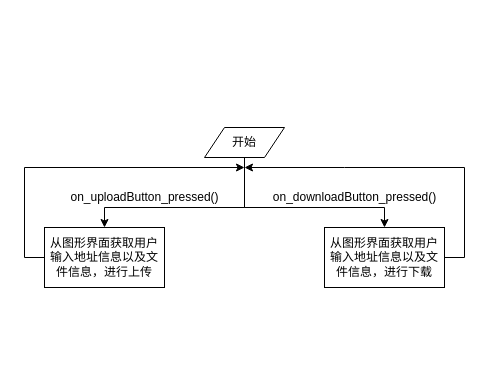
The draw.io diagram 计网实验/计网实验.drawio in AgentGuo/flow_chart, before the edit. Source tidied: cells renumbered, new cells numbered last; positions are measured from the earlier drawing's top-left corner, leaving out a move shared by most shapes. Both pictures are drawn from the tidied source at 100%, with x=0, y=0 at pixel (24, 127).
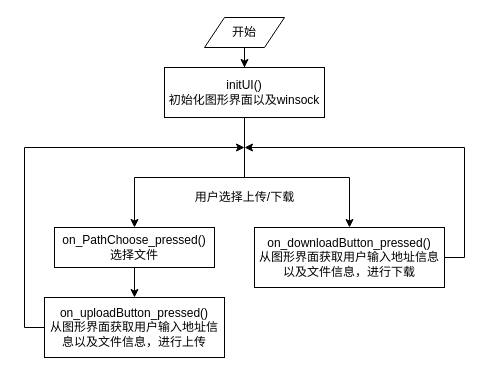
After the change.

Commit message (it also covers changes not shown here):
更新计网实验.drawio

What changed in the source:
```diff
@@
-    <mxCell id="2" style="edgeStyle=orthogonalEdgeStyle;rounded=0;jettySize=auto;html=1;" parent="1" edge="1" source="4" target="6">
-      <mxGeometry relative="1" as="geometry">
-        <Array as="points">
-          <mxPoint x="220" y="80" />
-          <mxPoint x="80" y="80" />
-        </Array>
-      </mxGeometry>
-    </mxCell>
-    <mxCell id="3" style="edgeStyle=orthogonalEdgeStyle;rounded=0;jettySize=auto;html=1;" parent="1" edge="1" source="4" target="10">
-      <mxGeometry relative="1" as="geometry">
-        <Array as="points">
-          <mxPoint x="220" y="80" />
-          <mxPoint x="360" y="80" />
-        </Array>
-      </mxGeometry>
-    </mxCell>
+    <mxCell id="11" style="edgeStyle=orthogonalEdgeStyle;rounded=0;jettySize=auto;html=1;" parent="1" edge="1" source="4" target="14">
+      <mxGeometry relative="1" as="geometry" />
+    </mxCell>
     <mxCell id="4" value="开始" style="shape=parallelogram;perimeter=parallelogramPerimeter;whiteSpace=wrap;html=1;fixedSize=1;" parent="1" vertex="1">
-      <mxGeometry x="180" width="80" height="30" as="geometry" />
+      <mxGeometry x="180" y="-110" width="80" height="30" as="geometry" />
     </mxCell>
     <mxCell id="5" style="edgeStyle=orthogonalEdgeStyle;rounded=0;jettySize=auto;html=1;" parent="1" edge="1" source="6">
       <mxGeometry relative="1" as="geometry">
-        <mxPoint x="220" y="40" as="targetPoint" />
+        <mxPoint x="220" y="20" as="targetPoint" />
         <Array as="points">
-          <mxPoint y="130" />
-          <mxPoint y="40" />
+          <mxPoint y="200" />
+          <mxPoint y="20" />
         </Array>
       </mxGeometry>
     </mxCell>
-    <mxCell id="6" value="从图形界面获取用户输入地址信息以及文件信息，进行上传" style="rounded=0;whiteSpace=wrap;html=1;" parent="1" vertex="1">
-      <mxGeometry x="20" y="100" width="120" height="60" as="geometry" />
+    <mxCell id="6" value="on_uploadButton_pressed()&lt;br&gt;从图形界面获取用户输入地址信息以及文件信息，进行上传" style="rounded=0;whiteSpace=wrap;html=1;" parent="1" vertex="1">
+      <mxGeometry x="20" y="170" width="180" height="60" as="geometry" />
     </mxCell>
-    <mxCell id="7" value="on_uploadButton_pressed()" style="text;align=center;verticalAlign=middle;html=1;" parent="1" vertex="1">
-      <mxGeometry x="40" y="60" width="160" height="20" as="geometry" />
-    </mxCell>
-    <mxCell id="8" value="on_downloadButton_pressed()" style="text;align=center;verticalAlign=middle;html=1;" parent="1" vertex="1">
-      <mxGeometry x="240" y="60" width="180" height="20" as="geometry" />
-    </mxCell>
     <mxCell id="9" style="edgeStyle=orthogonalEdgeStyle;rounded=0;jettySize=auto;html=1;" parent="1" edge="1" source="10">
       <mxGeometry relative="1" as="geometry">
-        <mxPoint x="220" y="40" as="targetPoint" />
+        <mxPoint x="220" y="20" as="targetPoint" />
         <Array as="points">
           <mxPoint x="440" y="130" />
-          <mxPoint x="440" y="40" />
-          <mxPoint x="320" y="40" />
+          <mxPoint x="440" y="20" />
+          <mxPoint x="220" y="20" />
         </Array>
       </mxGeometry>
     </mxCell>
-    <mxCell id="10" value="从图形界面获取用户输入地址信息以及文件信息，进行下载" style="rounded=0;whiteSpace=wrap;html=1;" parent="1" vertex="1">
-      <mxGeometry x="300" y="100" width="120" height="60" as="geometry" />
+    <mxCell id="10" value="&lt;span&gt;on_downloadButton_pressed()&lt;/span&gt;&lt;br&gt;从图形界面获取用户输入地址信息以及文件信息，进行下载" style="rounded=0;whiteSpace=wrap;html=1;" parent="1" vertex="1">
+      <mxGeometry x="230" y="100" width="190" height="60" as="geometry" />
     </mxCell>
+    <mxCell id="12" style="edgeStyle=orthogonalEdgeStyle;rounded=0;jettySize=auto;html=1;" parent="1" edge="1" source="14" target="10">
+      <mxGeometry relative="1" as="geometry">
+        <Array as="points">
+          <mxPoint x="220" y="50" />
+          <mxPoint x="325" y="50" />
+        </Array>
+      </mxGeometry>
+    </mxCell>
+    <mxCell id="13" style="edgeStyle=orthogonalEdgeStyle;rounded=0;jettySize=auto;html=1;" parent="1" edge="1" source="14" target="17">
+      <mxGeometry relative="1" as="geometry">
+        <Array as="points">
+          <mxPoint x="220" y="50" />
+          <mxPoint x="110" y="50" />
+        </Array>
+      </mxGeometry>
+    </mxCell>
+    <mxCell id="14" value="initUI()&lt;br&gt;初始化图形界面以及winsock" style="whiteSpace=wrap;fillColor=none;gradientColor=none;html=1;" parent="1" vertex="1">
+      <mxGeometry x="140" y="-60" width="160" height="50" as="geometry" />
+    </mxCell>
+    <mxCell id="15" value="用户选择上传/下载" style="text;html=1;align=center;verticalAlign=middle;" parent="1" vertex="1">
+      <mxGeometry x="165" y="60" width="110" height="20" as="geometry" />
+    </mxCell>
+    <mxCell id="16" style="edgeStyle=orthogonalEdgeStyle;rounded=0;jettySize=auto;html=1;" parent="1" edge="1" source="17" target="6">
+      <mxGeometry relative="1" as="geometry" />
+    </mxCell>
+    <mxCell id="17" value="on_PathChoose_pressed()&lt;br&gt;选择文件" style="whiteSpace=wrap;fillColor=none;gradientColor=none;html=1;" parent="1" vertex="1">
+      <mxGeometry x="30" y="100" width="160" height="40" as="geometry" />
+    </mxCell>
```
